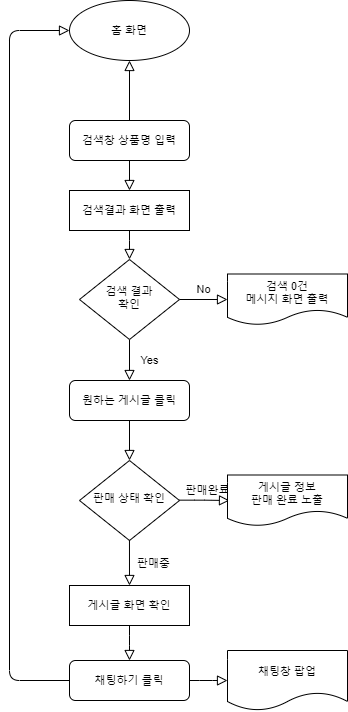
klyhyeon/MarketplacePreowned keeps this draw.io diagram as MarketplacePreowned Diagram.png. Above is the earlier version. Source tidied: cells renumbered, new cells last; positions are measured from the earlier drawing's top-left corner, leaving out a move shared by most shapes. The source it was exported from:
```xml
<mxGraphModel>
  <root>
    <mxCell id="0" />
    <mxCell id="1" parent="0" />
    <mxCell id="2" style="group;" parent="1" vertex="1">
      <mxGeometry width="338" height="710" as="geometry" />
    </mxCell>
    <mxCell id="3" value="검색창 상품명 입력" style="rounded=1;whiteSpace=wrap;html=1;fontSize=11;glass=0;strokeWidth=1;shadow=0;" parent="2" vertex="1">
      <mxGeometry x="60" y="120" width="120" height="40" as="geometry" />
    </mxCell>
    <mxCell id="4" value="Yes" style="rounded=0;html=1;jettySize=auto;fontSize=11;endArrow=block;endFill=0;endSize=8;strokeWidth=1;shadow=0;labelBackgroundColor=none;edgeStyle=orthogonalEdgeStyle;" parent="2" edge="1" source="5">
      <mxGeometry y="20" relative="1" as="geometry">
        <mxPoint x="120" y="380" as="targetPoint" />
      </mxGeometry>
    </mxCell>
    <mxCell id="5" value="검색 결과&lt;br style=&quot;font-size: 11px&quot;&gt;확인" style="rhombus;whiteSpace=wrap;html=1;shadow=0;fontFamily=Helvetica;fontSize=11;align=center;strokeWidth=1;spacing=6;spacingTop=-4;" parent="2" vertex="1">
      <mxGeometry x="70" y="259" width="100" height="80" as="geometry" />
    </mxCell>
    <mxCell id="6" value="검색 0건&lt;br style=&quot;font-size: 11px&quot;&gt;메시지 화면 출력" style="shape=document;whiteSpace=wrap;html=1;boundedLbl=1;rounded=0;shadow=0;glass=0;sketch=0;gradientColor=none;fontSize=11;" parent="2" vertex="1">
      <mxGeometry x="218" y="273.5" width="120" height="51" as="geometry" />
    </mxCell>
    <mxCell id="7" value="No" style="edgeStyle=orthogonalEdgeStyle;rounded=0;html=1;jettySize=auto;fontSize=11;endArrow=block;endFill=0;endSize=8;strokeWidth=1;shadow=0;labelBackgroundColor=none;" parent="2" edge="1" source="5" target="6">
      <mxGeometry y="10" relative="1" as="geometry" />
    </mxCell>
    <mxCell id="8" value="판매 상태 확인" style="rhombus;whiteSpace=wrap;html=1;shadow=0;fontFamily=Helvetica;fontSize=11;align=center;strokeWidth=1;spacing=6;spacingTop=-4;" parent="2" vertex="1">
      <mxGeometry x="70" y="460" width="100" height="80" as="geometry" />
    </mxCell>
    <mxCell id="9" style="endArrow=block;html=1;shadow=0;labelBackgroundColor=none;strokeWidth=1;edgeStyle=orthogonalEdgeStyle;startFill=1;endFill=0;endSize=8;entryX=0;entryY=0.5;entryDx=0;entryDy=0;fontSize=11;" parent="2" edge="1">
      <mxGeometry relative="1" as="geometry">
        <mxPoint x="170" y="499.7" as="sourcePoint" />
        <mxPoint x="220" y="500" as="targetPoint" />
        <Array as="points">
          <mxPoint x="195" y="500" />
          <mxPoint x="220" y="500" />
        </Array>
      </mxGeometry>
    </mxCell>
    <mxCell id="10" value="판매완료" style="text;html=1;strokeColor=none;fillColor=none;align=center;verticalAlign=middle;rounded=0;fontSize=11;" parent="2" vertex="1">
      <mxGeometry x="178" y="480" width="40" height="20" as="geometry" />
    </mxCell>
    <mxCell id="11" value="판매중" style="text;html=1;strokeColor=none;fillColor=none;align=center;verticalAlign=middle;rounded=0;fontSize=11;" parent="2" vertex="1">
      <mxGeometry x="124" y="553" width="40" height="20" as="geometry" />
    </mxCell>
    <mxCell id="12" style="endArrow=block;html=1;shadow=0;labelBackgroundColor=none;strokeWidth=1;edgeStyle=orthogonalEdgeStyle;startFill=1;endFill=0;endSize=8;entryX=0.5;entryY=0;entryDx=0;entryDy=0;fontSize=11;" parent="2" edge="1" target="19">
      <mxGeometry relative="1" as="geometry">
        <mxPoint x="120" y="539.7" as="sourcePoint" />
      </mxGeometry>
    </mxCell>
    <mxCell id="13" style="edgeStyle=orthogonalEdgeStyle;rounded=1;jettySize=auto;html=0;shadow=0;labelBackgroundColor=none;startFill=1;endArrow=block;endFill=0;endSize=8;strokeWidth=1;fontSize=11;" parent="2" edge="1" source="14" target="5">
      <mxGeometry relative="1" as="geometry" />
    </mxCell>
    <mxCell id="14" value="검색결과 화면 출력" style="rounded=0;whiteSpace=wrap;html=1;fontSize=11;" parent="2" vertex="1">
      <mxGeometry x="60" y="190" width="120" height="40" as="geometry" />
    </mxCell>
    <mxCell id="15" style="rounded=0;html=1;jettySize=auto;fontSize=11;endArrow=block;endFill=0;endSize=8;strokeWidth=1;shadow=0;labelBackgroundColor=none;edgeStyle=orthogonalEdgeStyle;" parent="2" edge="1" source="3" target="14">
      <mxGeometry relative="1" as="geometry" />
    </mxCell>
    <mxCell id="16" style="edgeStyle=orthogonalEdgeStyle;rounded=1;jettySize=auto;html=0;shadow=0;labelBackgroundColor=none;startFill=1;endArrow=block;endFill=0;endSize=8;strokeWidth=1;fontSize=11;" parent="2" edge="1" source="17" target="8">
      <mxGeometry relative="1" as="geometry" />
    </mxCell>
    <mxCell id="17" value="원하는 게시글 클릭" style="rounded=1;whiteSpace=wrap;html=1;fontSize=11;" parent="2" vertex="1">
      <mxGeometry x="60" y="380" width="120" height="40" as="geometry" />
    </mxCell>
    <mxCell id="18" value="게시글 정보&lt;br&gt;판매 완료 노출" style="shape=document;whiteSpace=wrap;html=1;boundedLbl=1;rounded=0;shadow=0;glass=0;sketch=0;gradientColor=none;fontSize=11;" parent="2" vertex="1">
      <mxGeometry x="218" y="474.5" width="120" height="51" as="geometry" />
    </mxCell>
    <mxCell id="19" value="게시글 화면 확인" style="rounded=0;whiteSpace=wrap;html=1;shadow=0;glass=0;sketch=0;gradientColor=none;fontSize=11;" parent="2" vertex="1">
      <mxGeometry x="60" y="585" width="120" height="40" as="geometry" />
    </mxCell>
    <mxCell id="20" value="채팅하기 클릭" style="rounded=1;whiteSpace=wrap;html=1;fontSize=11;" parent="2" vertex="1">
      <mxGeometry x="60" y="660" width="120" height="40" as="geometry" />
    </mxCell>
    <mxCell id="21" style="edgeStyle=orthogonalEdgeStyle;rounded=1;jettySize=auto;html=0;shadow=0;labelBackgroundColor=none;startFill=1;endArrow=block;endFill=0;endSize=8;strokeWidth=1;fontSize=11;" parent="2" edge="1" source="19" target="20">
      <mxGeometry relative="1" as="geometry" />
    </mxCell>
    <mxCell id="22" value="채팅창 팝업" style="shape=document;whiteSpace=wrap;html=1;boundedLbl=1;rounded=1;fontSize=11;" parent="2" vertex="1">
      <mxGeometry x="218" y="650" width="120" height="60" as="geometry" />
    </mxCell>
    <mxCell id="23" style="edgeStyle=orthogonalEdgeStyle;rounded=1;jettySize=auto;html=0;shadow=0;labelBackgroundColor=none;startFill=1;endArrow=block;endFill=0;endSize=8;strokeWidth=1;fontSize=11;" parent="2" edge="1" source="20" target="22">
      <mxGeometry relative="1" as="geometry" />
    </mxCell>
    <mxCell id="24" value="홈 화면" style="ellipse;whiteSpace=wrap;html=1;rounded=1;shadow=0;fontSize=11;strokeWidth=1;glass=0;" parent="2" vertex="1">
      <mxGeometry x="60" width="120" height="60" as="geometry" />
    </mxCell>
    <mxCell id="25" style="edgeStyle=orthogonalEdgeStyle;rounded=1;jettySize=auto;html=0;shadow=0;labelBackgroundColor=none;startFill=1;endArrow=block;endFill=0;endSize=8;strokeWidth=1;fontSize=11;" parent="2" edge="1" source="3" target="24">
      <mxGeometry relative="1" as="geometry" />
    </mxCell>
    <mxCell id="26" style="edgeStyle=orthogonalEdgeStyle;rounded=1;jettySize=auto;html=0;shadow=0;labelBackgroundColor=none;startFill=1;endArrow=block;endFill=0;endSize=8;strokeWidth=1;fontSize=11;entryX=0;entryY=0.5;entryDx=0;entryDy=0;" parent="2" edge="1" source="20" target="24">
      <mxGeometry relative="1" as="geometry">
        <Array as="points">
          <mxPoint y="680" />
          <mxPoint y="30" />
        </Array>
      </mxGeometry>
    </mxCell>
  </root>
</mxGraphModel>
```
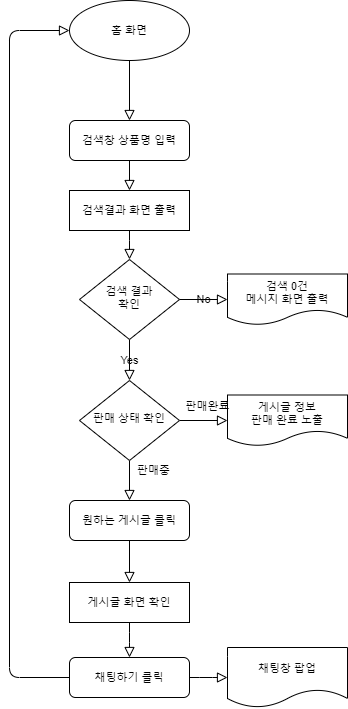
Above is the later version.

Diff of the diagram source:
```diff
@@ -2,96 +2,84 @@
   <root>
     <mxCell id="0" />
     <mxCell id="1" parent="0" />
-    <mxCell id="2" style="group;" parent="1" vertex="1">
-      <mxGeometry width="338" height="710" as="geometry" />
-    </mxCell>
-    <mxCell id="3" value="검색창 상품명 입력" style="rounded=1;whiteSpace=wrap;html=1;fontSize=11;glass=0;strokeWidth=1;shadow=0;" parent="2" vertex="1">
-      <mxGeometry x="60" y="120" width="120" height="40" as="geometry" />
+    <mxCell id="3" value="검색창 상품명 입력" style="rounded=1;whiteSpace=wrap;html=1;fontSize=11;glass=0;strokeWidth=1;shadow=0;" parent="1" vertex="1">
+      <mxGeometry x="60" y="200" width="120" height="40" as="geometry" />
     </mxCell>
-    <mxCell id="4" value="Yes" style="rounded=0;html=1;jettySize=auto;fontSize=11;endArrow=block;endFill=0;endSize=8;strokeWidth=1;shadow=0;labelBackgroundColor=none;edgeStyle=orthogonalEdgeStyle;" parent="2" edge="1" source="5">
-      <mxGeometry y="20" relative="1" as="geometry">
-        <mxPoint x="120" y="380" as="targetPoint" />
+    <mxCell id="4" value="Yes" style="rounded=0;html=1;jettySize=auto;fontSize=11;endArrow=block;endFill=0;endSize=8;strokeWidth=1;shadow=0;labelBackgroundColor=none;edgeStyle=orthogonalEdgeStyle;" parent="1" edge="1" source="5">
+      <mxGeometry x="100" y="-990" as="geometry">
+        <mxPoint x="120" y="460" as="targetPoint" />
       </mxGeometry>
     </mxCell>
-    <mxCell id="5" value="검색 결과&lt;br style=&quot;font-size: 11px&quot;&gt;확인" style="rhombus;whiteSpace=wrap;html=1;shadow=0;fontFamily=Helvetica;fontSize=11;align=center;strokeWidth=1;spacing=6;spacingTop=-4;" parent="2" vertex="1">
-      <mxGeometry x="70" y="259" width="100" height="80" as="geometry" />
+    <mxCell id="5" value="검색 결과&lt;br style=&quot;font-size: 11px&quot;&gt;확인" style="rhombus;whiteSpace=wrap;html=1;shadow=0;fontFamily=Helvetica;fontSize=11;align=center;strokeWidth=1;spacing=6;spacingTop=-4;" parent="1" vertex="1">
+      <mxGeometry x="70" y="339" width="100" height="80" as="geometry" />
     </mxCell>
-    <mxCell id="6" value="검색 0건&lt;br style=&quot;font-size: 11px&quot;&gt;메시지 화면 출력" style="shape=document;whiteSpace=wrap;html=1;boundedLbl=1;rounded=0;shadow=0;glass=0;sketch=0;gradientColor=none;fontSize=11;" parent="2" vertex="1">
-      <mxGeometry x="218" y="273.5" width="120" height="51" as="geometry" />
+    <mxCell id="6" value="검색 0건&lt;br style=&quot;font-size: 11px&quot;&gt;메시지 화면 출력" style="shape=document;whiteSpace=wrap;html=1;boundedLbl=1;rounded=0;shadow=0;glass=0;sketch=0;gradientColor=none;fontSize=11;" parent="1" vertex="1">
+      <mxGeometry x="218" y="353.5" width="120" height="51" as="geometry" />
     </mxCell>
-    <mxCell id="7" value="No" style="edgeStyle=orthogonalEdgeStyle;rounded=0;html=1;jettySize=auto;fontSize=11;endArrow=block;endFill=0;endSize=8;strokeWidth=1;shadow=0;labelBackgroundColor=none;" parent="2" edge="1" source="5" target="6">
-      <mxGeometry y="10" relative="1" as="geometry" />
+    <mxCell id="7" value="No" style="edgeStyle=orthogonalEdgeStyle;rounded=0;html=1;jettySize=auto;fontSize=11;endArrow=block;endFill=0;endSize=8;strokeWidth=1;shadow=0;labelBackgroundColor=none;" parent="1" edge="1" source="5" target="6">
+      <mxGeometry x="100" y="-990" as="geometry" />
     </mxCell>
+    <mxCell id="27" style="edgeStyle=orthogonalEdgeStyle;rounded=1;jettySize=auto;html=0;shadow=0;labelBackgroundColor=none;startFill=1;endArrow=block;endFill=0;endSize=8;strokeWidth=1;fontSize=11;" parent="1" edge="1" source="8" target="17">
+      <mxGeometry relative="1" as="geometry" />
+    </mxCell>
+    <mxCell id="28" style="edgeStyle=orthogonalEdgeStyle;rounded=1;jettySize=auto;html=0;shadow=0;labelBackgroundColor=none;startFill=1;endArrow=block;endFill=0;endSize=8;strokeWidth=1;fontSize=11;entryX=0;entryY=0.5;entryDx=0;entryDy=0;" parent="1" edge="1" source="8" target="18">
+      <mxGeometry relative="1" as="geometry" />
+    </mxCell>
-    <mxCell id="8" value="판매 상태 확인" style="rhombus;whiteSpace=wrap;html=1;shadow=0;fontFamily=Helvetica;fontSize=11;align=center;strokeWidth=1;spacing=6;spacingTop=-4;" parent="2" vertex="1">
+    <mxCell id="8" value="판매 상태 확인" style="rhombus;whiteSpace=wrap;html=1;shadow=0;fontFamily=Helvetica;fontSize=11;align=center;strokeWidth=1;spacing=6;spacingTop=-4;" parent="1" vertex="1">
       <mxGeometry x="70" y="460" width="100" height="80" as="geometry" />
     </mxCell>
-    <mxCell id="9" style="endArrow=block;html=1;shadow=0;labelBackgroundColor=none;strokeWidth=1;edgeStyle=orthogonalEdgeStyle;startFill=1;endFill=0;endSize=8;entryX=0;entryY=0.5;entryDx=0;entryDy=0;fontSize=11;" parent="2" edge="1">
-      <mxGeometry relative="1" as="geometry">
-        <mxPoint x="170" y="499.7" as="sourcePoint" />
-        <mxPoint x="220" y="500" as="targetPoint" />
-        <Array as="points">
-          <mxPoint x="195" y="500" />
-          <mxPoint x="220" y="500" />
-        </Array>
-      </mxGeometry>
-    </mxCell>
-    <mxCell id="10" value="판매완료" style="text;html=1;strokeColor=none;fillColor=none;align=center;verticalAlign=middle;rounded=0;fontSize=11;" parent="2" vertex="1">
-      <mxGeometry x="178" y="480" width="40" height="20" as="geometry" />
-    </mxCell>
-    <mxCell id="11" value="판매중" style="text;html=1;strokeColor=none;fillColor=none;align=center;verticalAlign=middle;rounded=0;fontSize=11;" parent="2" vertex="1">
-      <mxGeometry x="124" y="553" width="40" height="20" as="geometry" />
+    <mxCell id="11" value="판매중" style="text;html=1;strokeColor=none;fillColor=none;align=center;verticalAlign=middle;rounded=0;fontSize=11;" parent="1" vertex="1">
+      <mxGeometry x="124" y="540" width="40" height="20" as="geometry" />
     </mxCell>
-    <mxCell id="12" style="endArrow=block;html=1;shadow=0;labelBackgroundColor=none;strokeWidth=1;edgeStyle=orthogonalEdgeStyle;startFill=1;endFill=0;endSize=8;entryX=0.5;entryY=0;entryDx=0;entryDy=0;fontSize=11;" parent="2" edge="1" target="19">
-      <mxGeometry relative="1" as="geometry">
-        <mxPoint x="120" y="539.7" as="sourcePoint" />
-      </mxGeometry>
-    </mxCell>
-    <mxCell id="13" style="edgeStyle=orthogonalEdgeStyle;rounded=1;jettySize=auto;html=0;shadow=0;labelBackgroundColor=none;startFill=1;endArrow=block;endFill=0;endSize=8;strokeWidth=1;fontSize=11;" parent="2" edge="1" source="14" target="5">
-      <mxGeometry relative="1" as="geometry" />
+    <mxCell id="13" style="edgeStyle=orthogonalEdgeStyle;rounded=1;jettySize=auto;html=0;shadow=0;labelBackgroundColor=none;startFill=1;endArrow=block;endFill=0;endSize=8;strokeWidth=1;fontSize=11;" parent="1" edge="1" source="14" target="5">
+      <mxGeometry x="100" y="-990" as="geometry" />
     </mxCell>
-    <mxCell id="14" value="검색결과 화면 출력" style="rounded=0;whiteSpace=wrap;html=1;fontSize=11;" parent="2" vertex="1">
-      <mxGeometry x="60" y="190" width="120" height="40" as="geometry" />
+    <mxCell id="14" value="검색결과 화면 출력" style="rounded=0;whiteSpace=wrap;html=1;fontSize=11;" parent="1" vertex="1">
+      <mxGeometry x="60" y="270" width="120" height="40" as="geometry" />
     </mxCell>
-    <mxCell id="15" style="rounded=0;html=1;jettySize=auto;fontSize=11;endArrow=block;endFill=0;endSize=8;strokeWidth=1;shadow=0;labelBackgroundColor=none;edgeStyle=orthogonalEdgeStyle;" parent="2" edge="1" source="3" target="14">
-      <mxGeometry relative="1" as="geometry" />
+    <mxCell id="15" style="rounded=0;html=1;jettySize=auto;fontSize=11;endArrow=block;endFill=0;endSize=8;strokeWidth=1;shadow=0;labelBackgroundColor=none;edgeStyle=orthogonalEdgeStyle;" parent="1" edge="1" source="3" target="14">
+      <mxGeometry x="100" y="-990" as="geometry" />
     </mxCell>
-    <mxCell id="16" style="edgeStyle=orthogonalEdgeStyle;rounded=1;jettySize=auto;html=0;shadow=0;labelBackgroundColor=none;startFill=1;endArrow=block;endFill=0;endSize=8;strokeWidth=1;fontSize=11;" parent="2" edge="1" source="17" target="8">
-      <mxGeometry relative="1" as="geometry" />
-    </mxCell>
+    <mxCell id="29" style="edgeStyle=orthogonalEdgeStyle;rounded=1;jettySize=auto;html=0;shadow=0;labelBackgroundColor=none;startFill=1;endArrow=block;endFill=0;endSize=8;strokeWidth=1;fontSize=11;" parent="1" edge="1" source="17" target="19">
+      <mxGeometry relative="1" as="geometry" />
+    </mxCell>
-    <mxCell id="17" value="원하는 게시글 클릭" style="rounded=1;whiteSpace=wrap;html=1;fontSize=11;" parent="2" vertex="1">
-      <mxGeometry x="60" y="380" width="120" height="40" as="geometry" />
+    <mxCell id="17" value="원하는 게시글 클릭" style="rounded=1;whiteSpace=wrap;html=1;fontSize=11;" parent="1" vertex="1">
+      <mxGeometry x="60" y="580" width="120" height="40" as="geometry" />
     </mxCell>
-    <mxCell id="18" value="게시글 정보&lt;br&gt;판매 완료 노출" style="shape=document;whiteSpace=wrap;html=1;boundedLbl=1;rounded=0;shadow=0;glass=0;sketch=0;gradientColor=none;fontSize=11;" parent="2" vertex="1">
+    <mxCell id="18" value="게시글 정보&lt;br&gt;판매 완료 노출" style="shape=document;whiteSpace=wrap;html=1;boundedLbl=1;rounded=0;shadow=0;glass=0;sketch=0;gradientColor=none;fontSize=11;" parent="1" vertex="1">
       <mxGeometry x="218" y="474.5" width="120" height="51" as="geometry" />
     </mxCell>
-    <mxCell id="19" value="게시글 화면 확인" style="rounded=0;whiteSpace=wrap;html=1;shadow=0;glass=0;sketch=0;gradientColor=none;fontSize=11;" parent="2" vertex="1">
-      <mxGeometry x="60" y="585" width="120" height="40" as="geometry" />
+    <mxCell id="19" value="게시글 화면 확인" style="rounded=0;whiteSpace=wrap;html=1;shadow=0;glass=0;sketch=0;gradientColor=none;fontSize=11;" parent="1" vertex="1">
+      <mxGeometry x="60" y="662" width="120" height="40" as="geometry" />
     </mxCell>
-    <mxCell id="20" value="채팅하기 클릭" style="rounded=1;whiteSpace=wrap;html=1;fontSize=11;" parent="2" vertex="1">
-      <mxGeometry x="60" y="660" width="120" height="40" as="geometry" />
+    <mxCell id="20" value="채팅하기 클릭" style="rounded=1;whiteSpace=wrap;html=1;fontSize=11;" parent="1" vertex="1">
+      <mxGeometry x="60" y="737" width="120" height="40" as="geometry" />
     </mxCell>
-    <mxCell id="21" style="edgeStyle=orthogonalEdgeStyle;rounded=1;jettySize=auto;html=0;shadow=0;labelBackgroundColor=none;startFill=1;endArrow=block;endFill=0;endSize=8;strokeWidth=1;fontSize=11;" parent="2" edge="1" source="19" target="20">
-      <mxGeometry relative="1" as="geometry" />
+    <mxCell id="21" style="edgeStyle=orthogonalEdgeStyle;rounded=1;jettySize=auto;html=0;shadow=0;labelBackgroundColor=none;startFill=1;endArrow=block;endFill=0;endSize=8;strokeWidth=1;fontSize=11;" parent="1" edge="1" source="19" target="20">
+      <mxGeometry x="100" y="-1103" as="geometry" />
     </mxCell>
-    <mxCell id="22" value="채팅창 팝업" style="shape=document;whiteSpace=wrap;html=1;boundedLbl=1;rounded=1;fontSize=11;" parent="2" vertex="1">
-      <mxGeometry x="218" y="650" width="120" height="60" as="geometry" />
+    <mxCell id="22" value="채팅창 팝업" style="shape=document;whiteSpace=wrap;html=1;boundedLbl=1;rounded=1;fontSize=11;" parent="1" vertex="1">
+      <mxGeometry x="218" y="727" width="120" height="60" as="geometry" />
     </mxCell>
-    <mxCell id="23" style="edgeStyle=orthogonalEdgeStyle;rounded=1;jettySize=auto;html=0;shadow=0;labelBackgroundColor=none;startFill=1;endArrow=block;endFill=0;endSize=8;strokeWidth=1;fontSize=11;" parent="2" edge="1" source="20" target="22">
-      <mxGeometry relative="1" as="geometry" />
+    <mxCell id="23" style="edgeStyle=orthogonalEdgeStyle;rounded=1;jettySize=auto;html=0;shadow=0;labelBackgroundColor=none;startFill=1;endArrow=block;endFill=0;endSize=8;strokeWidth=1;fontSize=11;" parent="1" edge="1" source="20" target="22">
+      <mxGeometry x="100" y="-1103" as="geometry" />
     </mxCell>
+    <mxCell id="30" style="edgeStyle=orthogonalEdgeStyle;rounded=1;jettySize=auto;html=0;shadow=0;labelBackgroundColor=none;startFill=1;endArrow=block;endFill=0;endSize=8;strokeWidth=1;fontSize=11;" parent="1" edge="1" source="24" target="3">
+      <mxGeometry relative="1" as="geometry" />
+    </mxCell>
-    <mxCell id="24" value="홈 화면" style="ellipse;whiteSpace=wrap;html=1;rounded=1;shadow=0;fontSize=11;strokeWidth=1;glass=0;" parent="2" vertex="1">
-      <mxGeometry x="60" width="120" height="60" as="geometry" />
+    <mxCell id="24" value="홈 화면" style="ellipse;whiteSpace=wrap;html=1;rounded=1;shadow=0;fontSize=11;strokeWidth=1;glass=0;" parent="1" vertex="1">
+      <mxGeometry x="60" y="80" width="120" height="60" as="geometry" />
     </mxCell>
-    <mxCell id="25" style="edgeStyle=orthogonalEdgeStyle;rounded=1;jettySize=auto;html=0;shadow=0;labelBackgroundColor=none;startFill=1;endArrow=block;endFill=0;endSize=8;strokeWidth=1;fontSize=11;" parent="2" edge="1" source="3" target="24">
-      <mxGeometry relative="1" as="geometry" />
-    </mxCell>
-    <mxCell id="26" style="edgeStyle=orthogonalEdgeStyle;rounded=1;jettySize=auto;html=0;shadow=0;labelBackgroundColor=none;startFill=1;endArrow=block;endFill=0;endSize=8;strokeWidth=1;fontSize=11;entryX=0;entryY=0.5;entryDx=0;entryDy=0;" parent="2" edge="1" source="20" target="24">
-      <mxGeometry relative="1" as="geometry">
+    <mxCell id="26" style="edgeStyle=orthogonalEdgeStyle;rounded=1;jettySize=auto;html=0;shadow=0;labelBackgroundColor=none;startFill=1;endArrow=block;endFill=0;endSize=8;strokeWidth=1;fontSize=11;entryX=0;entryY=0.5;entryDx=0;entryDy=0;exitX=0;exitY=0.5;exitDx=0;exitDy=0;" parent="1" edge="1" source="20" target="24">
+      <mxGeometry x="100" y="-990" as="geometry">
         <Array as="points">
-          <mxPoint y="680" />
-          <mxPoint y="30" />
+          <mxPoint y="757" />
+          <mxPoint y="110" />
         </Array>
       </mxGeometry>
     </mxCell>
+    <mxCell id="10" value="판매완료" style="text;html=1;strokeColor=none;fillColor=none;align=center;verticalAlign=middle;rounded=0;fontSize=11;" parent="1" vertex="1">
+      <mxGeometry x="178" y="476" width="40" height="20" as="geometry" />
+    </mxCell>
   </root>
 </mxGraphModel>
```
